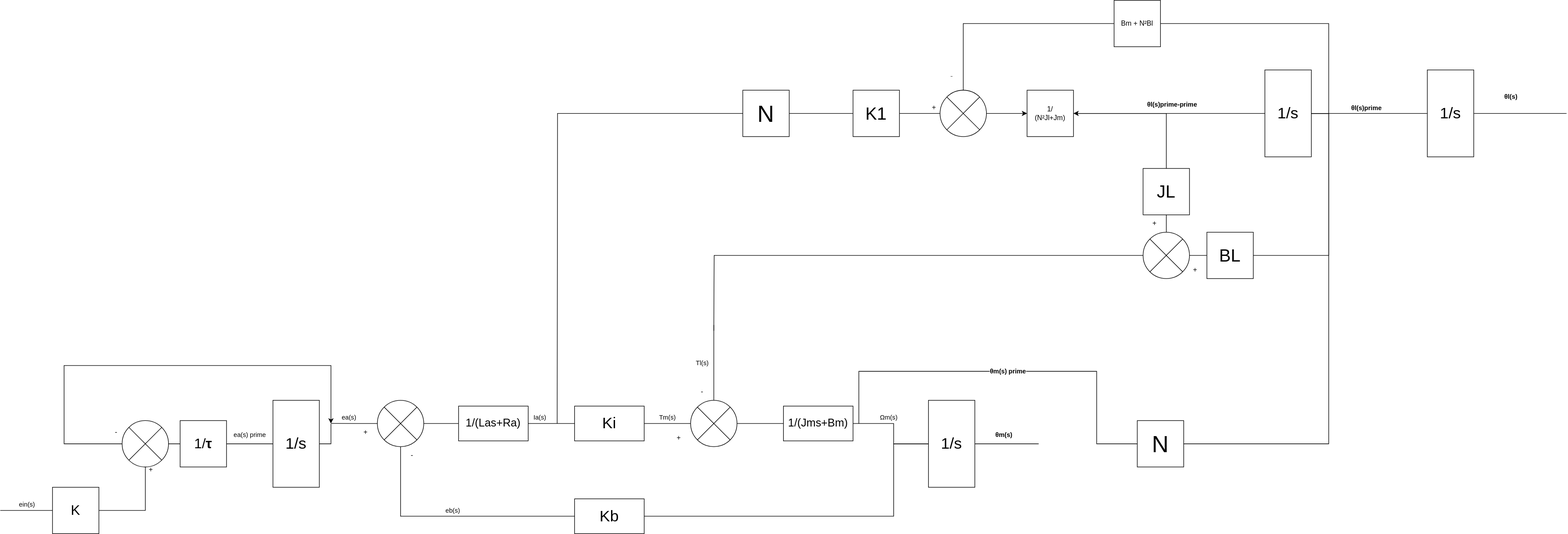
cdg66/GE-S5-APP3 keeps this draw.io diagram as schema_bloc_S5_APP3.svg. Above is the earlier version. Source tidied: cells renumbered, new cells last; positions are measured from the earlier drawing's top-left corner, leaving out a move shared by most shapes.
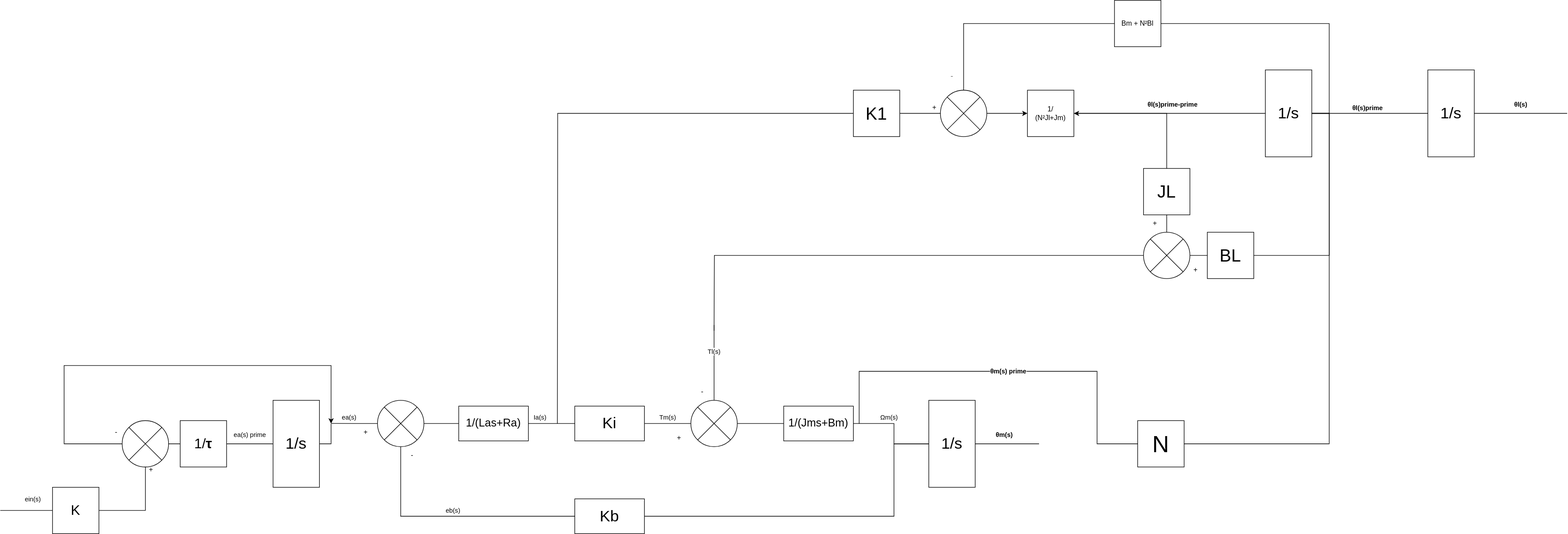
The same file after the commit.

The edit, as a diff of the source:
```diff
@@ -165,7 +165,7 @@
     <mxCell id="44" style="edgeStyle=orthogonalEdgeStyle;rounded=0;jettySize=auto;html=1;entryX=0;entryY=0.5;entryDx=0;entryDy=0;endArrow=none;endFill=0;" parent="1" edge="1" source="46" target="43">
       <mxGeometry relative="1" as="geometry" />
     </mxCell>
-    <mxCell id="45" style="edgeStyle=orthogonalEdgeStyle;rounded=0;jettySize=auto;html=1;endArrow=none;endFill=0;exitX=0;exitY=0.5;exitDx=0;exitDy=0;" parent="1" edge="1" source="57">
+    <mxCell id="45" style="edgeStyle=orthogonalEdgeStyle;rounded=0;jettySize=auto;html=1;endArrow=none;endFill=0;exitX=0;exitY=0.5;exitDx=0;exitDy=0;" parent="1" edge="1" source="46">
       <mxGeometry relative="1" as="geometry">
         <mxPoint x="960" y="730" as="targetPoint" />
       </mxGeometry>
@@ -217,12 +217,6 @@
     <mxCell id="55" value="&lt;div&gt;1/&lt;/div&gt;&lt;div&gt;(N²Jl+Jm)&lt;br&gt;&lt;/div&gt;" style="whiteSpace=wrap;html=1;" parent="1" vertex="1">
       <mxGeometry x="1770" y="155" width="80" height="80" as="geometry" />
     </mxCell>
-    <mxCell id="56" style="edgeStyle=orthogonalEdgeStyle;rounded=0;jettySize=auto;html=1;entryX=0;entryY=0.5;entryDx=0;entryDy=0;endArrow=none;endFill=0;" parent="1" edge="1" source="57" target="46">
-      <mxGeometry relative="1" as="geometry" />
-    </mxCell>
-    <mxCell id="57" value="&lt;font style=&quot;font-size: 40px;&quot;&gt;N&lt;/font&gt;" style="whiteSpace=wrap;html=1;" parent="1" vertex="1">
-      <mxGeometry x="1280" y="155" width="80" height="80" as="geometry" />
-    </mxCell>
     <mxCell id="58" style="edgeStyle=orthogonalEdgeStyle;rounded=0;jettySize=auto;html=1;entryX=0.5;entryY=0;entryDx=0;entryDy=0;endArrow=none;endFill=0;" parent="1" edge="1" source="60" target="62">
       <mxGeometry relative="1" as="geometry" />
     </mxCell>
```
